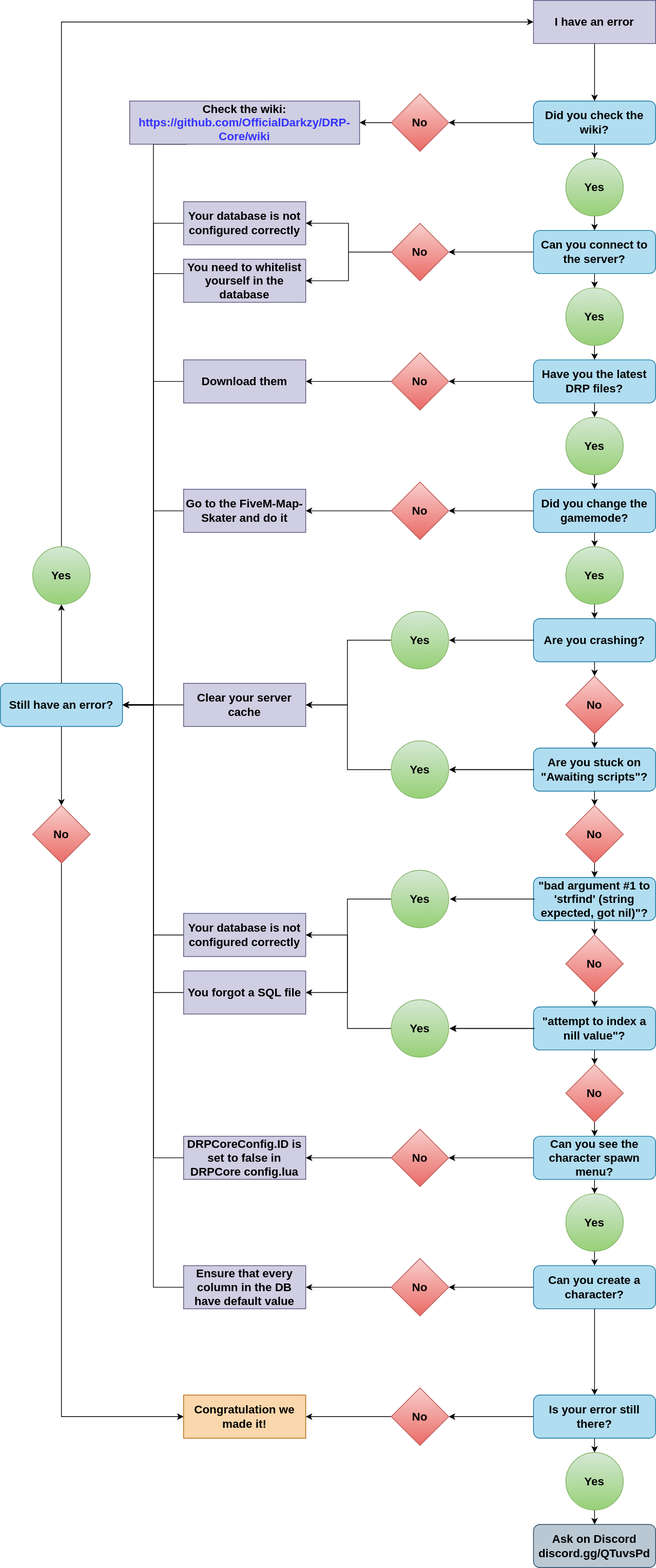
This is wiki/Error Diagram.svg from OfficialDarkzy/DRP-Core, a draw.io export, as it was before one commit. Source tidied: cells renumbered, new cells last; positions are measured from the earlier drawing's top-left corner, leaving out a move shared by most shapes.
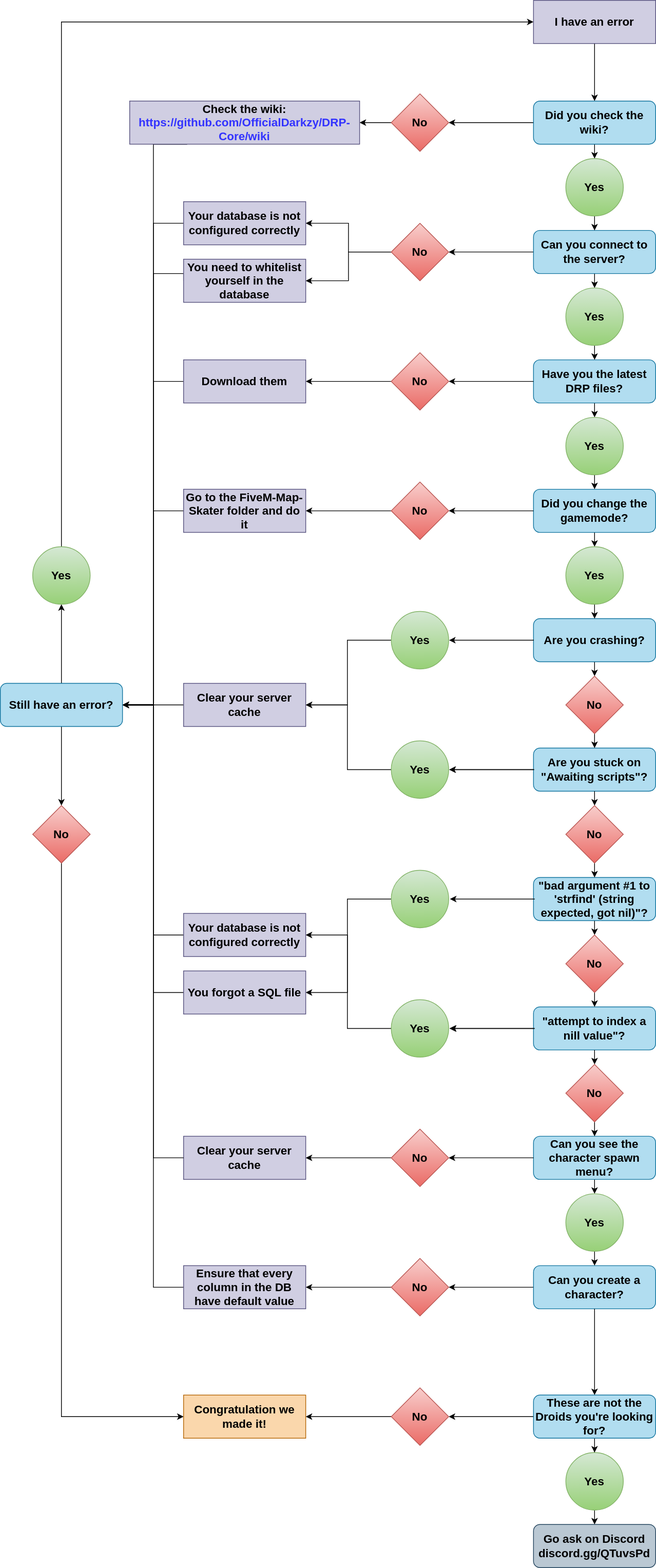
After the commit.

Change to the diagram source:
```diff
@@ -105,7 +105,7 @@
     <mxCell id="24" value="Yes" style="ellipse;whiteSpace=wrap;html=1;rounded=1;shadow=0;glass=0;comic=0;fontFamily=Arial;fontSize=16;fontStyle=1;gradientColor=#97d077;fillColor=#d5e8d4;strokeColor=#82b366;" parent="1" vertex="1">
       <mxGeometry x="787" y="1660" width="80" height="80" as="geometry" />
     </mxCell>
-    <mxCell id="25" value="DRPCoreConfig.ID is set to false in DRPCore config.lua" style="rounded=0;whiteSpace=wrap;html=1;fontFamily=Arial;fontSize=16;fontStyle=1;fillColor=#d0cee2;strokeColor=#56517e;" parent="1" vertex="1">
+    <mxCell id="25" value="Clear your server cache" style="rounded=0;whiteSpace=wrap;html=1;fontFamily=Arial;fontSize=16;fontStyle=1;fillColor=#d0cee2;strokeColor=#56517e;" parent="1" vertex="1">
       <mxGeometry x="255" y="1580" width="170" height="60" as="geometry" />
     </mxCell>
     <mxCell id="26" style="edgeStyle=orthogonalEdgeStyle;rounded=0;jettySize=auto;html=1;exitX=0.5;exitY=1;exitDx=0;exitDy=0;entryX=0.5;entryY=0;entryDx=0;entryDy=0;startArrow=none;startFill=0;fontFamily=Arial;fontSize=16;" parent="1" edge="1" source="27" target="21">
@@ -380,7 +380,7 @@
         </Array>
       </mxGeometry>
     </mxCell>
-    <mxCell id="93" value="Go to the FiveM-Map-Skater and do it" style="rounded=0;whiteSpace=wrap;html=1;fontFamily=Arial;fontSize=16;fontStyle=1;fillColor=#d0cee2;strokeColor=#56517e;" parent="1" vertex="1">
+    <mxCell id="93" value="Go to the FiveM-Map-Skater folder and do it" style="rounded=0;whiteSpace=wrap;html=1;fontFamily=Arial;fontSize=16;fontStyle=1;fillColor=#d0cee2;strokeColor=#56517e;" parent="1" vertex="1">
       <mxGeometry x="255" y="680" width="170" height="60" as="geometry" />
     </mxCell>
     <mxCell id="94" style="edgeStyle=orthogonalEdgeStyle;rounded=0;jettySize=auto;html=1;exitX=0;exitY=0.5;exitDx=0;exitDy=0;entryX=1;entryY=0.5;entryDx=0;entryDy=0;startArrow=none;startFill=0;fontFamily=Arial;fontSize=16;" parent="1" edge="1" source="95" target="56">
@@ -816,7 +816,7 @@
     <mxCell id="173" style="edgeStyle=orthogonalEdgeStyle;rounded=0;jettySize=auto;html=1;exitX=0.5;exitY=1;exitDx=0;exitDy=0;startArrow=none;startFill=0;fontFamily=Arial;fontSize=16;" parent="1" edge="1" source="174" target="188">
       <mxGeometry relative="1" as="geometry" />
     </mxCell>
-    <mxCell id="174" value="Is your error still there?" style="rounded=1;whiteSpace=wrap;html=1;fontFamily=Arial;fontSize=16;fontStyle=1;shadow=0;comic=0;glass=0;fillColor=#b1ddf0;strokeColor=#10739e;" parent="1" vertex="1">
+    <mxCell id="174" value="These are not the Droids you're looking for?" style="rounded=1;whiteSpace=wrap;html=1;fontFamily=Arial;fontSize=16;fontStyle=1;shadow=0;comic=0;glass=0;fillColor=#b1ddf0;strokeColor=#10739e;" parent="1" vertex="1">
       <mxGeometry x="742" y="1940" width="170" height="60" as="geometry" />
     </mxCell>
     <mxCell id="175" style="edgeStyle=orthogonalEdgeStyle;rounded=0;orthogonalLoop=1;jettySize=auto;html=1;exitX=0.5;exitY=1;exitDx=0;exitDy=0;entryX=0.5;entryY=0;entryDx=0;entryDy=0;startArrow=none;startFill=0;fontFamily=Arial;fontSize=16;" parent="1" edge="1">
@@ -948,7 +948,7 @@
         <mxPoint x="827.8" y="2120" as="targetPoint" />
       </mxGeometry>
     </mxCell>
-    <mxCell id="199" value="Ask on Discord&lt;br&gt;discord.gg/QTuvsPd" style="rounded=1;whiteSpace=wrap;html=1;fontFamily=Arial;fontSize=16;fontStyle=1;shadow=0;comic=0;glass=0;fillColor=#bac8d3;strokeColor=#23445d;" parent="1" vertex="1">
+    <mxCell id="199" value="Go ask on Discord&lt;br&gt;discord.gg/QTuvsPd" style="rounded=1;whiteSpace=wrap;html=1;fontFamily=Arial;fontSize=16;fontStyle=1;shadow=0;comic=0;glass=0;fillColor=#bac8d3;strokeColor=#23445d;" parent="1" vertex="1">
       <mxGeometry x="742" y="2120" width="170" height="60" as="geometry" />
     </mxCell>
     <mxCell id="200" style="edgeStyle=orthogonalEdgeStyle;rounded=0;orthogonalLoop=1;jettySize=auto;html=1;exitX=0.5;exitY=1;exitDx=0;exitDy=0;entryX=0.5;entryY=0;entryDx=0;entryDy=0;startArrow=none;startFill=0;fontFamily=Arial;fontSize=16;" parent="1" edge="1">
```
